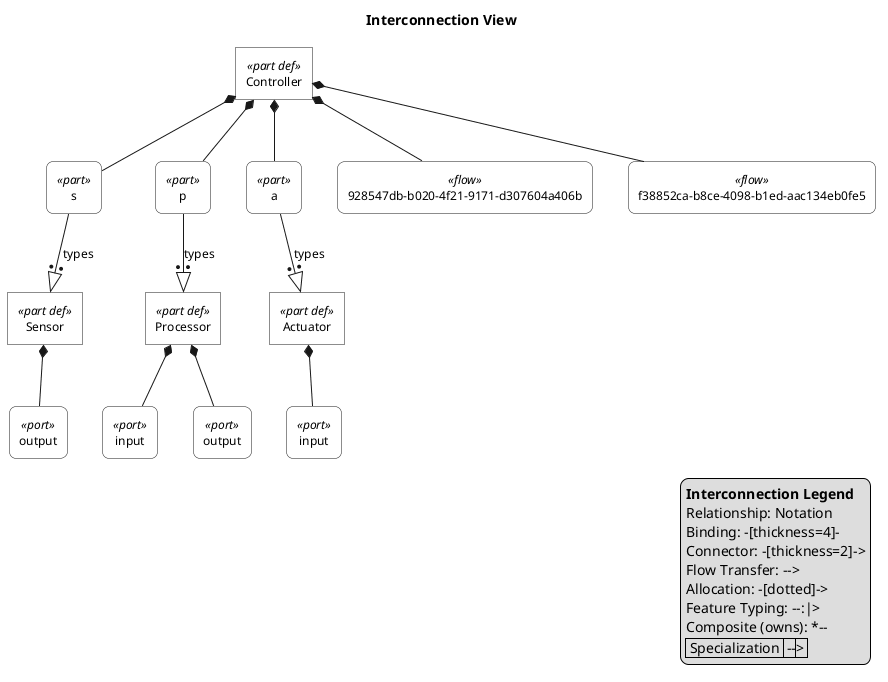
This is plantuml-examples/06-interconnection.png from mycr0ft/sysmlpy, a PlantUML export, as it was before one commit. The source it was exported from:
```plantuml
@startuml

skinparam monochrome true
skinparam wrapWidth 300
skinparam defaultFontSize 12
skinparam defaultFontName Helvetica

skinparam rectangle<<part def>> {
    RoundCorner 0
    BackgroundColor white
}
skinparam rectangle<<part>> {
    RoundCorner 15
    BackgroundColor white
}
skinparam rectangle<<port def>> {
    RoundCorner 0
    BackgroundColor white
}
skinparam rectangle<<port>> {
    RoundCorner 15
    BackgroundColor white
}
skinparam rectangle<<interface def>> {
    RoundCorner 0
    BackgroundColor white
}
skinparam rectangle<<interface>> {
    RoundCorner 15
    BackgroundColor white
}
skinparam rectangle<<item def>> {
    RoundCorner 0
    BackgroundColor white
}
skinparam rectangle<<item>> {
    RoundCorner 15
    BackgroundColor white
}
skinparam rectangle<<attribute def>> {
    RoundCorner 0
    BackgroundColor white
}
skinparam rectangle<<attribute>> {
    RoundCorner 15
    BackgroundColor white
}
skinparam rectangle<<connection def>> {
    RoundCorner 0
    BackgroundColor white
}
skinparam rectangle<<connection>> {
    RoundCorner 15
    BackgroundColor white
}
skinparam rectangle<<flow def>> {
    RoundCorner 0
    BackgroundColor white
}
skinparam rectangle<<flow>> {
    RoundCorner 15
    BackgroundColor white
}

top to bottom direction

title Interconnection View

hide circle

rectangle "Sensor" as E1 <<part def>>
rectangle "output" as E2 <<port>>
rectangle "Processor" as E3 <<part def>>
rectangle "input" as E4 <<port>>
rectangle "output" as E5 <<port>>
rectangle "Actuator" as E6 <<part def>>
rectangle "input" as E7 <<port>>
rectangle "Controller" as E8 <<part def>>
rectangle "s" as E9 <<part>>
rectangle "p" as E10 <<part>>
rectangle "a" as E11 <<part>>
rectangle "928547db-b020-4f21-9171-d307604a406b" as E12 <<flow>>
rectangle "f38852ca-b8ce-4098-b1ed-aac134eb0fe5" as E13 <<flow>>

E1 *-- E2
E3 *-- E4
E3 *-- E5
E6 *-- E7
E8 *-- E9
E9 --:|> E1 : types
E8 *-- E10
E10 --:|> E3 : types
E8 *-- E11
E11 --:|> E6 : types
E8 *-- E12
E8 *-- E13


legend right
  <b>Interconnection Legend</b>
  Relationship: Notation
  Binding: -[thickness=4]-
  Connector: -[thickness=2]->
  Flow Transfer: -->
  Allocation: -[dotted]->
  Feature Typing: --:|>
  Composite (owns): *--
  | Specialization | --|> |
endlegend

@enduml
```
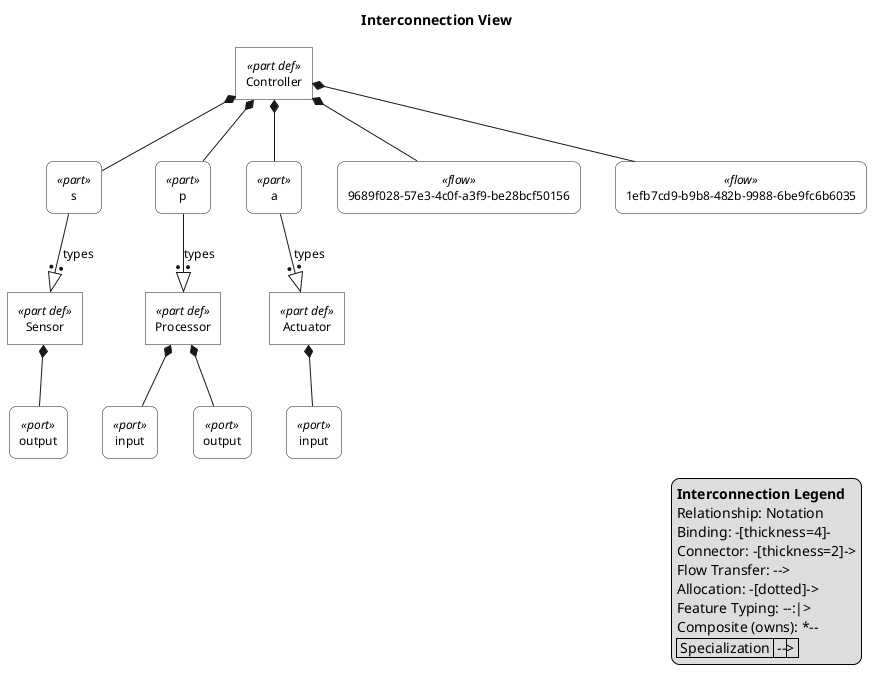
After the commit.

What changed in the source:
```diff
@@ -79,8 +79,8 @@
 rectangle "s" as E9 <<part>>
 rectangle "p" as E10 <<part>>
 rectangle "a" as E11 <<part>>
-rectangle "928547db-b020-4f21-9171-d307604a406b" as E12 <<flow>>
-rectangle "f38852ca-b8ce-4098-b1ed-aac134eb0fe5" as E13 <<flow>>
+rectangle "9689f028-57e3-4c0f-a3f9-be28bcf50156" as E12 <<flow>>
+rectangle "1efb7cd9-b9b8-482b-9988-6be9fc6b6035" as E13 <<flow>>
 
 E1 *-- E2
 E3 *-- E4
```
